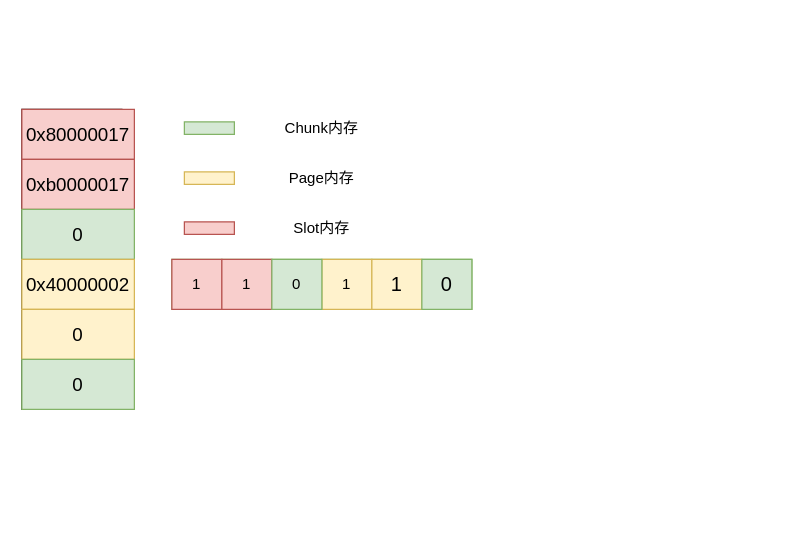
The draw.io diagram page "第 1 页" (1 of 4) of image/php.drawio in hahwu/tomato, before the edit. Source tidied: cells renumbered, new cells numbered last; positions are measured from the earlier drawing's top-left corner, leaving out a move shared by most shapes. Both pictures are drawn from the tidied source at 125%, with x=0, y=0 at pixel (21, 109).
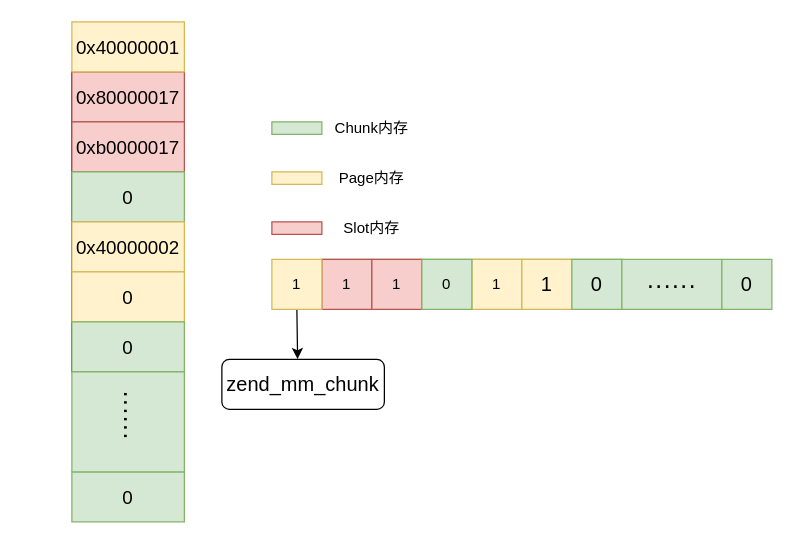
After the change.

What changed in the source:
```diff
@@
-    <mxCell id="2" style="rounded=0;whiteSpace=wrap;html=1;fillColor=#d5e8d4;strokeColor=#82b366;" parent="1" vertex="1">
-      <mxGeometry x="120" y="120" width="240" height="40" as="geometry" />
-    </mxCell>
-    <mxCell id="3" style="rounded=0;whiteSpace=wrap;html=1;fillColor=#d5e8d4;strokeColor=#82b366;" parent="1" vertex="1">
-      <mxGeometry x="130" y="10" width="40" height="10" as="geometry" />
-    </mxCell>
-    <mxCell id="4" value="1" style="rounded=0;whiteSpace=wrap;html=1;fillColor=#f8cecc;strokeColor=#b85450;" parent="1" vertex="1">
-      <mxGeometry x="120" y="120" width="40" height="40" as="geometry" />
-    </mxCell>
-    <mxCell id="5" value="1" style="rounded=0;whiteSpace=wrap;html=1;fillColor=#f8cecc;strokeColor=#b85450;" parent="1" vertex="1">
-      <mxGeometry x="160" y="120" width="40" height="40" as="geometry" />
-    </mxCell>
-    <mxCell id="6" value="1" style="rounded=0;whiteSpace=wrap;html=1;fillColor=#fff2cc;strokeColor=#d6b656;" parent="1" vertex="1">
-      <mxGeometry x="240" y="120" width="40" height="40" as="geometry" />
-    </mxCell>
+    <mxCell id="22" style="rounded=0;whiteSpace=wrap;html=1;fillColor=#d5e8d4;strokeColor=#82b366;" parent="1" vertex="1">
+      <mxGeometry x="240" y="120" width="240" height="40" as="geometry" />
+    </mxCell>
+    <mxCell id="23" style="rounded=0;whiteSpace=wrap;html=1;fillColor=#d5e8d4;strokeColor=#82b366;" parent="1" vertex="1">
+      <mxGeometry x="200" y="10" width="40" height="10" as="geometry" />
+    </mxCell>
+    <mxCell id="24" value="1" style="rounded=0;whiteSpace=wrap;html=1;fillColor=#f8cecc;strokeColor=#b85450;" parent="1" vertex="1">
+      <mxGeometry x="240" y="120" width="40" height="40" as="geometry" />
+    </mxCell>
+    <mxCell id="25" value="1" style="rounded=0;whiteSpace=wrap;html=1;fillColor=#f8cecc;strokeColor=#b85450;" parent="1" vertex="1">
+      <mxGeometry x="280" y="120" width="40" height="40" as="geometry" />
+    </mxCell>
+    <mxCell id="26" value="1" style="rounded=0;whiteSpace=wrap;html=1;fillColor=#fff2cc;strokeColor=#d6b656;" parent="1" vertex="1">
+      <mxGeometry x="360" y="120" width="40" height="40" as="geometry" />
+    </mxCell>
     <mxCell id="7" value="Chunk内存" style="text;html=1;strokeColor=none;fillColor=none;align=center;verticalAlign=middle;whiteSpace=wrap;rounded=0;" parent="1" vertex="1">
-      <mxGeometry x="180" width="120" height="30" as="geometry" />
+      <mxGeometry x="220" width="120" height="30" as="geometry" />
     </mxCell>
-    <mxCell id="8" style="rounded=0;whiteSpace=wrap;html=1;fillColor=#f8cecc;strokeColor=#b85450;" parent="1" vertex="1">
-      <mxGeometry x="130" y="90" width="40" height="10" as="geometry" />
-    </mxCell>
-    <mxCell id="9" style="rounded=0;whiteSpace=wrap;html=1;fillColor=#fff2cc;strokeColor=#d6b656;" parent="1" vertex="1">
-      <mxGeometry x="130" y="50" width="40" height="10" as="geometry" />
-    </mxCell>
+    <mxCell id="27" style="rounded=0;whiteSpace=wrap;html=1;fillColor=#f8cecc;strokeColor=#b85450;" parent="1" vertex="1">
+      <mxGeometry x="200" y="90" width="40" height="10" as="geometry" />
+    </mxCell>
+    <mxCell id="28" style="rounded=0;whiteSpace=wrap;html=1;fillColor=#fff2cc;strokeColor=#d6b656;" parent="1" vertex="1">
+      <mxGeometry x="200" y="50" width="40" height="10" as="geometry" />
+    </mxCell>
     <mxCell id="10" value="Page内存" style="text;html=1;strokeColor=none;fillColor=none;align=center;verticalAlign=middle;whiteSpace=wrap;rounded=0;" parent="1" vertex="1">
-      <mxGeometry x="180" y="40" width="120" height="30" as="geometry" />
+      <mxGeometry x="220" y="40" width="120" height="30" as="geometry" />
     </mxCell>
     <mxCell id="11" value="Slot内存" style="text;html=1;strokeColor=none;fillColor=none;align=center;verticalAlign=middle;whiteSpace=wrap;rounded=0;" parent="1" vertex="1">
-      <mxGeometry x="180" y="80" width="120" height="30" as="geometry" />
+      <mxGeometry x="220" y="80" width="120" height="30" as="geometry" />
     </mxCell>
-    <mxCell id="12" style="rounded=0;whiteSpace=wrap;html=1;" parent="1" vertex="1">
-      <mxGeometry width="80" height="240" as="geometry" />
-    </mxCell>
+    <mxCell id="29" style="rounded=0;whiteSpace=wrap;html=1;" parent="1" vertex="1">
+      <mxGeometry x="40" y="-30" width="80" height="240" as="geometry" />
+    </mxCell>
     <mxCell id="13" value="&lt;font style=&quot;font-size: 15px&quot;&gt;0x80000017&lt;/font&gt;" style="rounded=0;whiteSpace=wrap;html=1;fillColor=#f8cecc;strokeColor=#b85450;" parent="1" vertex="1">
-      <mxGeometry width="90" height="40" as="geometry" />
+      <mxGeometry x="40" y="-30" width="90" height="40" as="geometry" />
     </mxCell>
     <mxCell id="14" value="0xb0000017" style="rounded=0;whiteSpace=wrap;html=1;fontSize=15;fillColor=#f8cecc;strokeColor=#b85450;" parent="1" vertex="1">
-      <mxGeometry y="40" width="90" height="40" as="geometry" />
+      <mxGeometry x="40" y="10" width="90" height="40" as="geometry" />
     </mxCell>
-    <mxCell id="15" value="0" style="rounded=0;whiteSpace=wrap;html=1;fontSize=15;fillColor=#d5e8d4;strokeColor=#82b366;" parent="1" vertex="1">
-      <mxGeometry y="80" width="90" height="40" as="geometry" />
-    </mxCell>
+    <mxCell id="30" value="0" style="rounded=0;whiteSpace=wrap;html=1;fontSize=15;fillColor=#d5e8d4;strokeColor=#82b366;" parent="1" vertex="1">
+      <mxGeometry x="40" y="50" width="90" height="40" as="geometry" />
+    </mxCell>
     <mxCell id="16" value="0x40000002" style="rounded=0;whiteSpace=wrap;html=1;fontSize=15;fillColor=#fff2cc;strokeColor=#d6b656;" parent="1" vertex="1">
-      <mxGeometry y="120" width="90" height="40" as="geometry" />
+      <mxGeometry x="40" y="90" width="90" height="40" as="geometry" />
     </mxCell>
     <mxCell id="17" value="0" style="rounded=0;whiteSpace=wrap;html=1;fontSize=15;fillColor=#fff2cc;strokeColor=#d6b656;" parent="1" vertex="1">
-      <mxGeometry y="160" width="90" height="40" as="geometry" />
+      <mxGeometry x="40" y="130" width="90" height="40" as="geometry" />
     </mxCell>
-    <mxCell id="18" value="0" style="rounded=0;whiteSpace=wrap;html=1;fontSize=15;fillColor=#d5e8d4;strokeColor=#82b366;" parent="1" vertex="1">
-      <mxGeometry y="200" width="90" height="40" as="geometry" />
-    </mxCell>
+    <mxCell id="31" value="0" style="rounded=0;whiteSpace=wrap;html=1;fontSize=15;fillColor=#d5e8d4;strokeColor=#82b366;" parent="1" vertex="1">
+      <mxGeometry x="40" y="170" width="90" height="40" as="geometry" />
+    </mxCell>
     <mxCell id="19" value="1" style="whiteSpace=wrap;html=1;fontSize=16;fillColor=#fff2cc;strokeColor=#d6b656;" parent="1" vertex="1">
-      <mxGeometry x="280" y="120" width="40" height="40" as="geometry" />
+      <mxGeometry x="400" y="120" width="40" height="40" as="geometry" />
     </mxCell>
     <mxCell id="20" value="0" style="rounded=0;whiteSpace=wrap;html=1;fillColor=#d5e8d4;strokeColor=#82b366;" parent="1" vertex="1">
-      <mxGeometry x="200" y="120" width="40" height="40" as="geometry" />
+      <mxGeometry x="320" y="120" width="40" height="40" as="geometry" />
     </mxCell>
-    <mxCell id="21" value="0" style="whiteSpace=wrap;html=1;fontSize=16;fillColor=#d5e8d4;strokeColor=#82b366;" parent="1" vertex="1">
-      <mxGeometry x="320" y="120" width="40" height="40" as="geometry" />
-    </mxCell>
+    <mxCell id="32" value="0" style="whiteSpace=wrap;html=1;fontSize=16;fillColor=#d5e8d4;strokeColor=#82b366;" parent="1" vertex="1">
+      <mxGeometry x="440" y="120" width="40" height="40" as="geometry" />
+    </mxCell>
+    <mxCell id="33" style="edgeStyle=none;html=1;exitX=0.5;exitY=1;exitDx=0;exitDy=0;entryX=0.466;entryY=-0.005;entryDx=0;entryDy=0;entryPerimeter=0;fontSize=16;" parent="1" edge="1" source="34" target="36">
+      <mxGeometry relative="1" as="geometry" />
+    </mxCell>
+    <mxCell id="34" value="1" style="rounded=0;whiteSpace=wrap;html=1;fillColor=#fff2cc;strokeColor=#d6b656;" parent="1" vertex="1">
+      <mxGeometry x="200" y="120" width="40" height="40" as="geometry" />
+    </mxCell>
+    <mxCell id="35" value="0x40000001" style="rounded=0;whiteSpace=wrap;html=1;fontSize=15;fillColor=#fff2cc;strokeColor=#d6b656;" parent="1" vertex="1">
+      <mxGeometry x="40" y="-70" width="90" height="40" as="geometry" />
+    </mxCell>
+    <mxCell id="36" value="zend_mm_chunk" style="rounded=1;whiteSpace=wrap;html=1;fontSize=16;" parent="1" vertex="1">
+      <mxGeometry x="160" y="200" width="130" height="40" as="geometry" />
+    </mxCell>
+    <mxCell id="37" value="0" style="rounded=0;whiteSpace=wrap;html=1;fontSize=15;fillColor=#d5e8d4;strokeColor=#82b366;" parent="1" vertex="1">
+      <mxGeometry x="40" y="290" width="90" height="40" as="geometry" />
+    </mxCell>
+    <mxCell id="38" style="rounded=0;whiteSpace=wrap;html=1;fontSize=16;fillColor=#d5e8d4;strokeColor=#82b366;" parent="1" vertex="1">
+      <mxGeometry x="40" y="210" width="90" height="80" as="geometry" />
+    </mxCell>
+    <mxCell id="39" value="&lt;font style=&quot;font-size: 20px&quot;&gt;······&lt;/font&gt;" style="text;html=1;strokeColor=none;fillColor=none;align=center;verticalAlign=middle;whiteSpace=wrap;rounded=0;fontSize=16;rotation=90;" parent="1" vertex="1">
+      <mxGeometry x="55" y="220" width="60" height="50" as="geometry" />
+    </mxCell>
+    <mxCell id="40" value="······" style="rounded=0;whiteSpace=wrap;html=1;fontSize=20;fillColor=#d5e8d4;strokeColor=#82b366;" parent="1" vertex="1">
+      <mxGeometry x="480" y="120" width="80" height="40" as="geometry" />
+    </mxCell>
+    <mxCell id="41" value="0" style="whiteSpace=wrap;html=1;fontSize=16;fillColor=#d5e8d4;strokeColor=#82b366;" parent="1" vertex="1">
+      <mxGeometry x="560" y="120" width="40" height="40" as="geometry" />
+    </mxCell>
```
